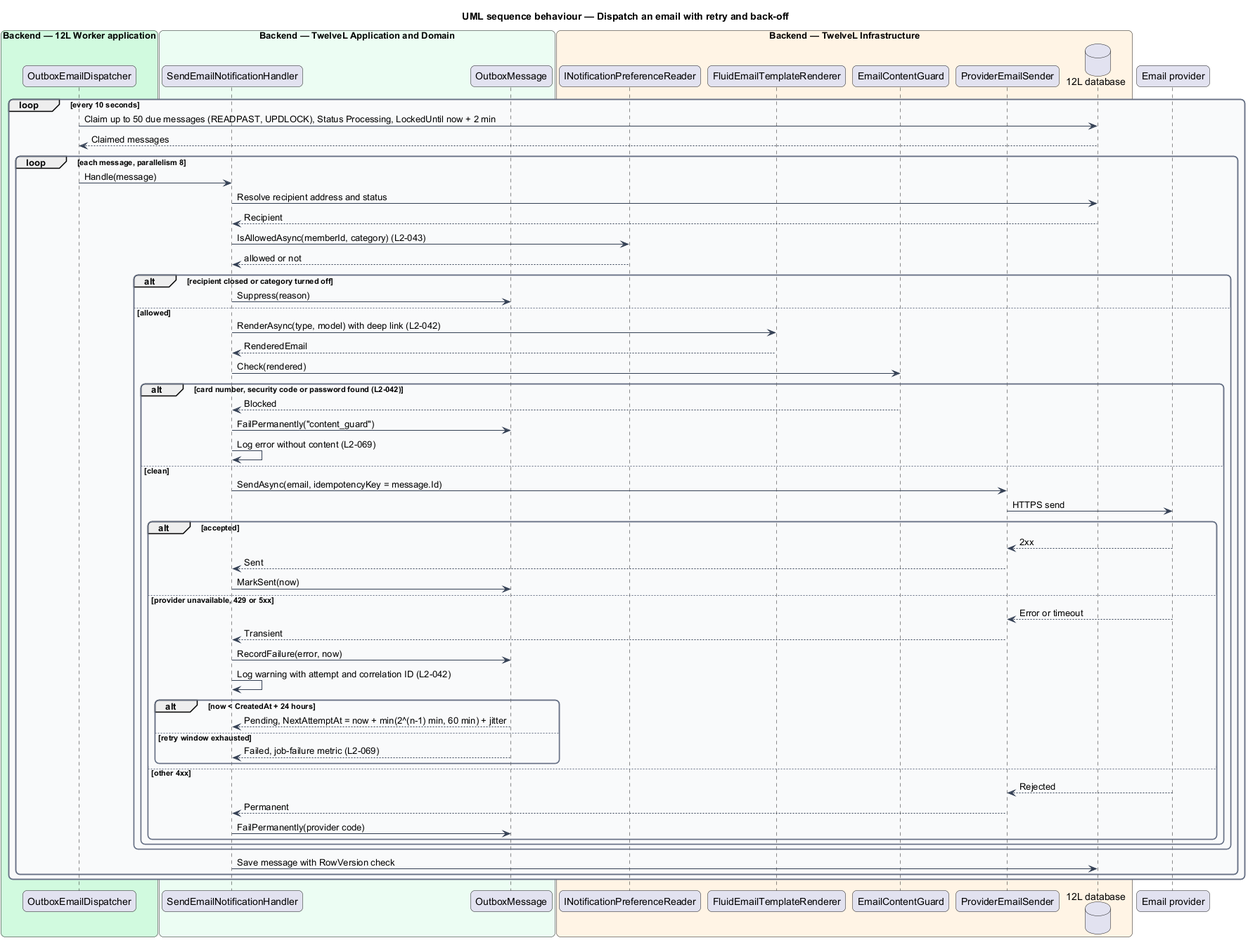
Above: docs/detailed-designs/notifications/send-email-notifications/diagrams/sequence-dispatch-email.png in QuinntyneBrown/12l (PlantUML), before the change.
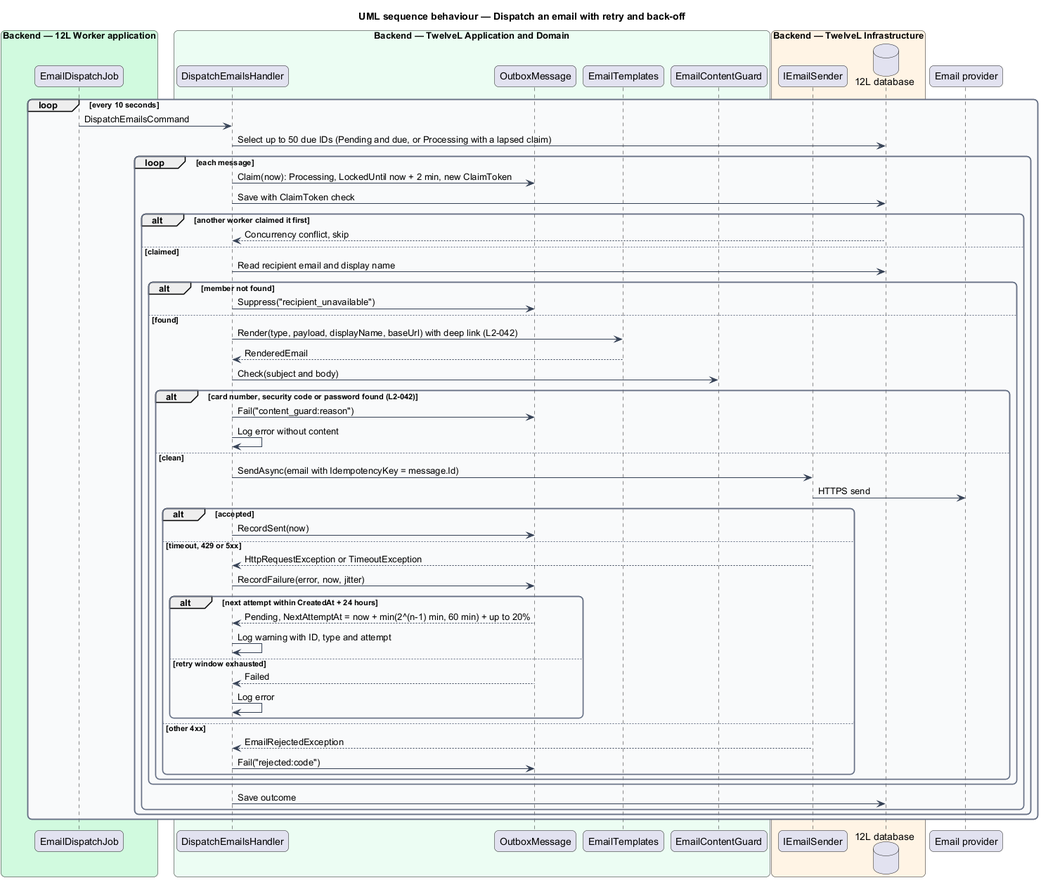
Later version of the same file.

The edit, as a diff of the source:
```diff
@@ -15,64 +15,61 @@
   BackgroundColor #F9FAFB
 }
 box "Backend — 12L Worker application" #D1FADF
-  participant "OutboxEmailDispatcher" as dispatcher
+  participant "EmailDispatchJob" as dispatcher
 end box
 box "Backend — TwelveL Application and Domain" #ECFDF3
-  participant "SendEmailNotificationHandler" as handler
+  participant "DispatchEmailsHandler" as handler
   participant "OutboxMessage" as msg
+  participant "EmailTemplates" as renderer
+  participant "EmailContentGuard" as guard
 end box
 box "Backend — TwelveL Infrastructure" #FFF4E5
-  participant "INotificationPreferenceReader" as prefs
-  participant "FluidEmailTemplateRenderer" as renderer
-  participant "EmailContentGuard" as guard
-  participant "ProviderEmailSender" as sender
+  participant "IEmailSender" as sender
   database "12L database" as db
 end box
 participant "Email provider" as provider
 loop every 10 seconds
-  dispatcher -> db : Claim up to 50 due messages (READPAST, UPDLOCK), Status Processing, LockedUntil now + 2 min
-  db --> dispatcher : Claimed messages
-  loop each message, parallelism 8
-    dispatcher -> handler : Handle(message)
-    handler -> db : Resolve recipient address and status
-    db --> handler : Recipient
-    handler -> prefs : IsAllowedAsync(memberId, category) (L2-043)
-    prefs --> handler : allowed or not
-    alt recipient closed or category turned off
-      handler -> msg : Suppress(reason)
-    else allowed
-      handler -> renderer : RenderAsync(type, model) with deep link (L2-042)
-      renderer --> handler : RenderedEmail
-      handler -> guard : Check(rendered)
-      alt card number, security code or password found (L2-042)
-        guard --> handler : Blocked
-        handler -> msg : FailPermanently("content_guard")
-        handler -> handler : Log error without content (L2-069)
-      else clean
-        handler -> sender : SendAsync(email, idempotencyKey = message.Id)
-        sender -> provider : HTTPS send
-        alt accepted
-          provider --> sender : 2xx
-          sender --> handler : Sent
-          handler -> msg : MarkSent(now)
-        else provider unavailable, 429 or 5xx
-          provider --> sender : Error or timeout
-          sender --> handler : Transient
-          handler -> msg : RecordFailure(error, now)
-          handler -> handler : Log warning with attempt and correlation ID (L2-042)
-          alt now < CreatedAt + 24 hours
-            msg --> handler : Pending, NextAttemptAt = now + min(2^(n-1) min, 60 min) + jitter
-          else retry window exhausted
-            msg --> handler : Failed, job-failure metric (L2-069)
+  dispatcher -> handler : DispatchEmailsCommand
+  handler -> db : Select up to 50 due IDs (Pending and due, or Processing with a lapsed claim)
+  loop each message
+    handler -> msg : Claim(now): Processing, LockedUntil now + 2 min, new ClaimToken
+    handler -> db : Save with ClaimToken check
+    alt another worker claimed it first
+      db --> handler : Concurrency conflict, skip
+    else claimed
+      handler -> db : Read recipient email and display name
+      alt member not found
+        handler -> msg : Suppress("recipient_unavailable")
+      else found
+        handler -> renderer : Render(type, payload, displayName, baseUrl) with deep link (L2-042)
+        renderer --> handler : RenderedEmail
+        handler -> guard : Check(subject and body)
+        alt card number, security code or password found (L2-042)
+          handler -> msg : Fail("content_guard:reason")
+          handler -> handler : Log error without content
+        else clean
+          handler -> sender : SendAsync(email with IdempotencyKey = message.Id)
+          sender -> provider : HTTPS send
+          alt accepted
+            handler -> msg : RecordSent(now)
+          else timeout, 429 or 5xx
+            sender --> handler : HttpRequestException or TimeoutException
+            handler -> msg : RecordFailure(error, now, jitter)
+            alt next attempt within CreatedAt + 24 hours
+              msg --> handler : Pending, NextAttemptAt = now + min(2^(n-1) min, 60 min) + up to 20%
+              handler -> handler : Log warning with ID, type and attempt
+            else retry window exhausted
+              msg --> handler : Failed
+              handler -> handler : Log error
+            end
+          else other 4xx
+            sender --> handler : EmailRejectedException
+            handler -> msg : Fail("rejected:code")
           end
-        else other 4xx
-          provider --> sender : Rejected
-          sender --> handler : Permanent
-          handler -> msg : FailPermanently(provider code)
         end
       end
+      handler -> db : Save outcome
     end
-    handler -> db : Save message with RowVersion check
   end
 end
 @enduml
```
